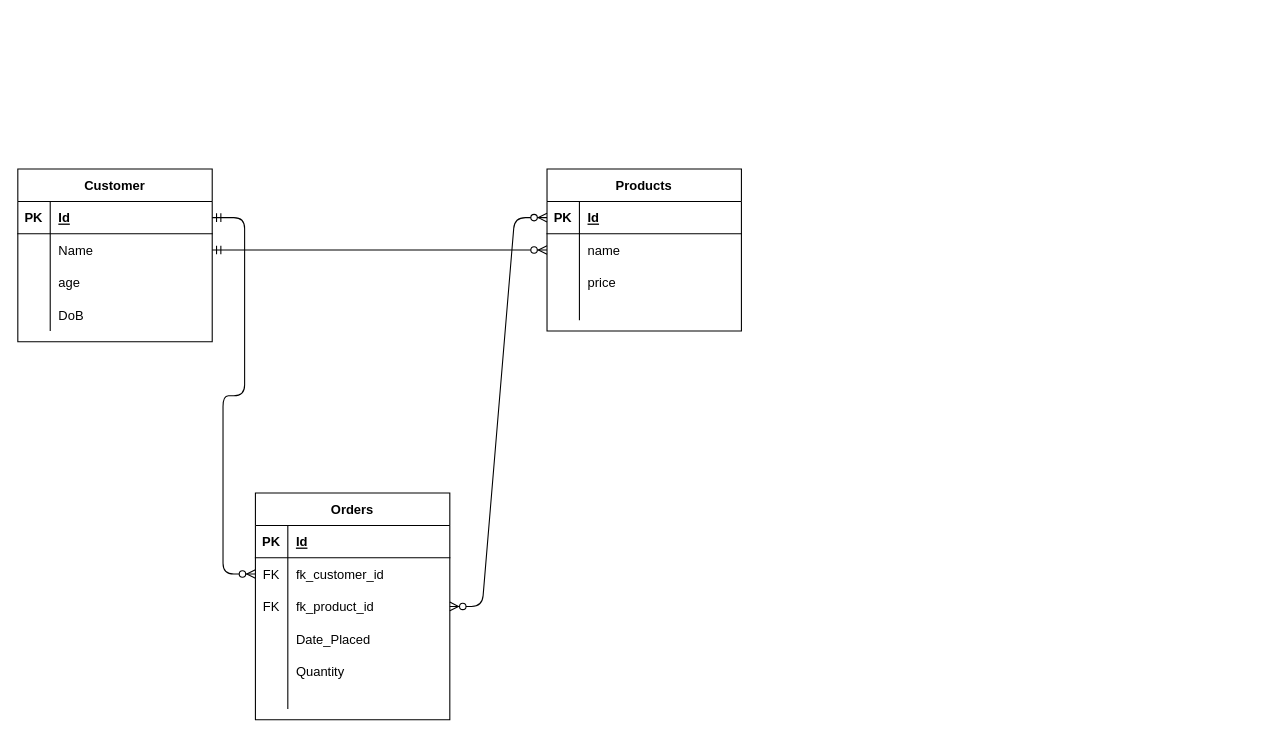
Earlier version of the draw.io diagram ERD/ERD-example.drawio (Don-Uherka/MySQL_Task). Source tidied: cells renumbered, new cells numbered last; positions are measured from the earlier drawing's top-left corner, leaving out a move shared by most shapes. Both pictures are drawn from the tidied source at 108%, with x=0, y=0 at pixel (17, 168).
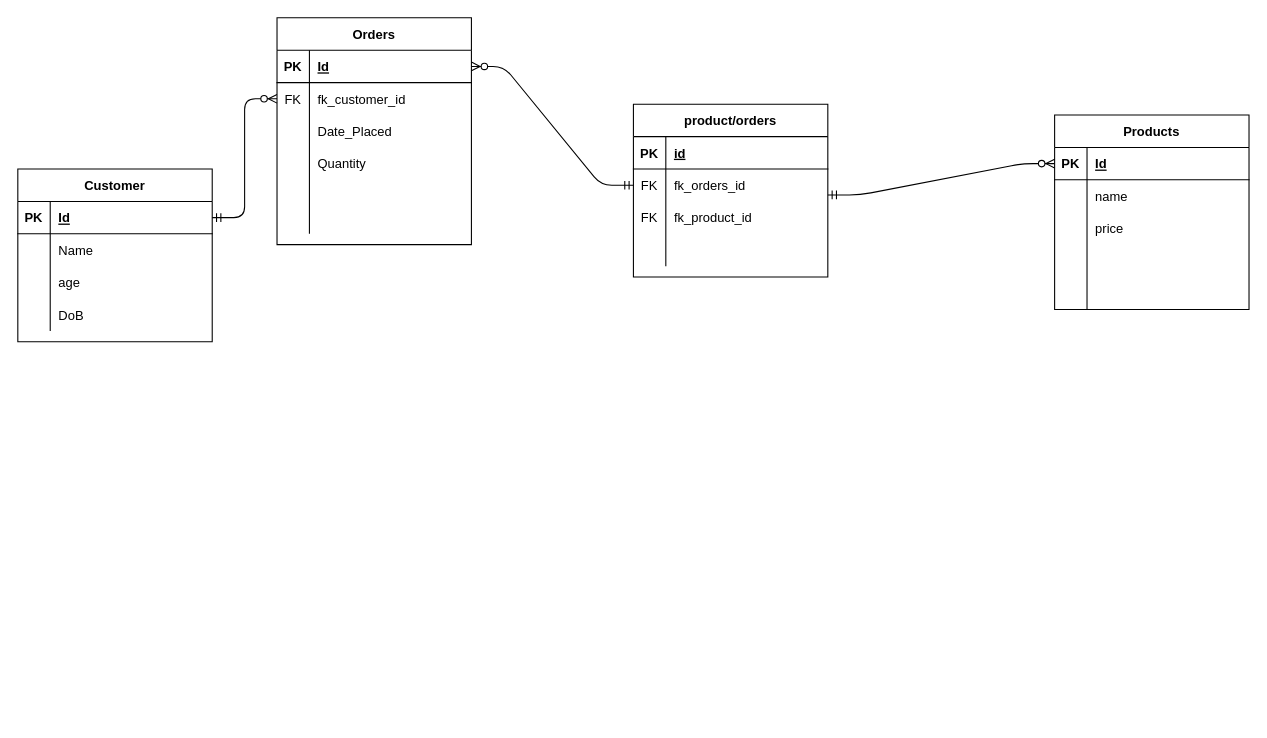
After the change.

Commit message (it also covers changes not shown here):
I added Where statements and a join statement to the SQL file

The change refers to these unchanged cells:
```xml
<mxCell id="6" style="shape=partialRectangle;fillColor=none;top=0;left=0;bottom=0;right=0;points=[[0,0.5],[1,0.5]];portConstraint=eastwest;" parent="2" vertex="1">
  <mxGeometry y="60" width="180" height="30" as="geometry" />
</mxCell>
<mxCell id="16" style="shape=partialRectangle;fillColor=none;top=0;left=0;bottom=1;right=0;points=[[0,0.5],[1,0.5]];portConstraint=eastwest;" parent="15" vertex="1">
  <mxGeometry y="30" width="180" height="30" as="geometry" />
</mxCell>
<mxCell id="19" style="shape=partialRectangle;fillColor=none;top=0;left=0;bottom=0;right=0;points=[[0,0.5],[1,0.5]];portConstraint=eastwest;" parent="15" vertex="1">
  <mxGeometry y="60" width="180" height="30" as="geometry" />
</mxCell>
<mxCell id="29" style="shape=partialRectangle;fillColor=none;top=0;left=0;bottom=1;right=0;points=[[0,0.5],[1,0.5]];portConstraint=eastwest;" parent="28" vertex="1">
  <mxGeometry y="30" width="180" height="30" as="geometry" />
</mxCell>
```

What changed in the source:
```diff
@@
     <mxCell id="15" value="Products" style="shape=table;startSize=30;childLayout=tableLayout;rowLines=0;fontStyle=1;align=center;" parent="1" vertex="1">
-      <mxGeometry x="490" width="180" height="150" as="geometry" />
+      <mxGeometry x="960" y="-50" width="180" height="180" as="geometry" />
     </mxCell>
@@
     <mxCell id="25" style="shape=partialRectangle;fillColor=none;top=0;left=0;bottom=0;right=0;" parent="15" vertex="1">
-      <mxGeometry y="120" width="180" height="20" as="geometry" />
+      <mxGeometry y="120" width="180" height="60" as="geometry" />
     </mxCell>
     <mxCell id="26" style="shape=partialRectangle;fillColor=none;top=0;left=0;bottom=0;right=0;overflow=hidden;" parent="25" vertex="1">
-      <mxGeometry width="30" height="20" as="geometry" />
+      <mxGeometry width="30" height="60" as="geometry" />
     </mxCell>
     <mxCell id="27" style="shape=partialRectangle;fillColor=none;top=0;left=0;bottom=0;right=0;align=left;spacingLeft=6;overflow=hidden;" parent="25" vertex="1">
-      <mxGeometry x="30" width="150" height="20" as="geometry" />
+      <mxGeometry x="30" width="150" height="60" as="geometry" />
     </mxCell>
     <mxCell id="28" value="Orders" style="shape=table;startSize=30;childLayout=tableLayout;rowLines=0;fontStyle=1;align=center;" parent="1" vertex="1">
-      <mxGeometry x="220" y="300" width="180" height="210" as="geometry" />
+      <mxGeometry x="240" y="-140" width="180" height="210" as="geometry" />
     </mxCell>
@@
-    <mxCell id="35" style="shape=partialRectangle;fillColor=none;top=0;left=0;bottom=0;right=0;points=[[0,0.5],[1,0.5]];portConstraint=eastwest;" parent="28" vertex="1">
-      <mxGeometry y="90" width="180" height="30" as="geometry" />
-    </mxCell>
-    <mxCell id="36" value="FK" style="shape=partialRectangle;fillColor=none;top=0;left=0;bottom=0;right=0;overflow=hidden;" parent="35" vertex="1">
-      <mxGeometry width="30" height="30" as="geometry" />
-    </mxCell>
-    <mxCell id="37" value="fk_product_id" style="shape=partialRectangle;fillColor=none;top=0;left=0;bottom=0;right=0;align=left;spacingLeft=6;overflow=hidden;" parent="35" vertex="1">
-      <mxGeometry x="30" width="150" height="30" as="geometry" />
-    </mxCell>
     <mxCell id="38" style="shape=partialRectangle;fillColor=none;top=0;left=0;bottom=0;right=0;" parent="28" vertex="1">
-      <mxGeometry y="120" width="180" height="30" as="geometry" />
+      <mxGeometry y="90" width="180" height="30" as="geometry" />
     </mxCell>
@@
     <mxCell id="41" style="shape=partialRectangle;fillColor=none;top=0;left=0;bottom=0;right=0;" parent="28" vertex="1">
-      <mxGeometry y="150" width="180" height="30" as="geometry" />
+      <mxGeometry y="120" width="180" height="30" as="geometry" />
     </mxCell>
@@
     <mxCell id="44" style="shape=partialRectangle;fillColor=none;top=0;left=0;bottom=0;right=0;" parent="28" vertex="1">
-      <mxGeometry y="180" width="180" height="20" as="geometry" />
+      <mxGeometry y="150" width="180" height="20" as="geometry" />
     </mxCell>
@@
+    <mxCell id="35" style="shape=partialRectangle;fillColor=none;top=0;left=0;bottom=0;right=0;points=[[0,0.5],[1,0.5]];portConstraint=eastwest;" parent="28" vertex="1">
+      <mxGeometry y="170" width="180" height="30" as="geometry" />
+    </mxCell>
+    <mxCell id="36" style="shape=partialRectangle;fillColor=none;top=0;left=0;bottom=0;right=0;overflow=hidden;" parent="35" vertex="1">
+      <mxGeometry width="30" height="30" as="geometry" />
+    </mxCell>
+    <mxCell id="37" style="shape=partialRectangle;fillColor=none;top=0;left=0;bottom=0;right=0;align=left;spacingLeft=6;overflow=hidden;" parent="35" vertex="1">
+      <mxGeometry x="30" width="150" height="30" as="geometry" />
+    </mxCell>
@@
-    <mxCell id="48" style="edgeStyle=entityRelationEdgeStyle;fontSize=12;html=1;endArrow=ERzeroToMany;endFill=1;startArrow=ERzeroToMany;entryX=0;entryY=0.5;entryDx=0;entryDy=0;exitX=1;exitY=0.5;exitDx=0;exitDy=0;" parent="1" edge="1" source="35" target="16">
-      <mxGeometry relative="1" as="geometry" />
-    </mxCell>
-    <mxCell id="49" style="edgeStyle=entityRelationEdgeStyle;fontSize=12;html=1;endArrow=ERzeroToMany;startArrow=ERmandOne;exitX=1;exitY=0.5;exitDx=0;exitDy=0;entryX=0;entryY=0.5;entryDx=0;entryDy=0;" parent="1" edge="1" source="6" target="19">
-      <mxGeometry relative="1" as="geometry" />
-    </mxCell>
+    <mxCell id="50" value="product/orders" style="shape=table;startSize=30;childLayout=tableLayout;rowLines=0;fontStyle=1;align=center;" parent="1" vertex="1">
+      <mxGeometry x="570" y="-60" width="180" height="160" as="geometry" />
+    </mxCell>
+    <mxCell id="51" style="shape=partialRectangle;fillColor=none;top=0;left=0;bottom=1;right=0;" parent="50" vertex="1">
+      <mxGeometry y="30" width="180" height="30" as="geometry" />
+    </mxCell>
+    <mxCell id="52" value="PK" style="shape=partialRectangle;fillColor=none;top=0;left=0;bottom=0;right=0;fontStyle=1;overflow=hidden;" parent="51" vertex="1">
+      <mxGeometry width="30" height="30" as="geometry" />
+    </mxCell>
+    <mxCell id="53" value="id" style="shape=partialRectangle;fillColor=none;top=0;left=0;bottom=0;right=0;align=left;spacingLeft=6;fontStyle=5;overflow=hidden;" parent="51" vertex="1">
+      <mxGeometry x="30" width="150" height="30" as="geometry" />
+    </mxCell>
+    <mxCell id="54" style="shape=partialRectangle;fillColor=none;top=0;left=0;bottom=0;right=0;points=[[0,0.5],[1,0.5]];portConstraint=eastwest;" parent="50" vertex="1">
+      <mxGeometry y="60" width="180" height="30" as="geometry" />
+    </mxCell>
+    <mxCell id="55" value="FK" style="shape=partialRectangle;fillColor=none;top=0;left=0;bottom=0;right=0;overflow=hidden;" parent="54" vertex="1">
+      <mxGeometry width="30" height="30" as="geometry" />
+    </mxCell>
+    <mxCell id="56" value="fk_orders_id" style="shape=partialRectangle;fillColor=none;top=0;left=0;bottom=0;right=0;align=left;spacingLeft=6;overflow=hidden;" parent="54" vertex="1">
+      <mxGeometry x="30" width="150" height="30" as="geometry" />
+    </mxCell>
+    <mxCell id="57" style="shape=partialRectangle;fillColor=none;top=0;left=0;bottom=0;right=0;" parent="50" vertex="1">
+      <mxGeometry y="90" width="180" height="30" as="geometry" />
+    </mxCell>
+    <mxCell id="58" value="FK" style="shape=partialRectangle;fillColor=none;top=0;left=0;bottom=0;right=0;overflow=hidden;" parent="57" vertex="1">
+      <mxGeometry width="30" height="30" as="geometry" />
+    </mxCell>
+    <mxCell id="59" value="fk_product_id" style="shape=partialRectangle;fillColor=none;top=0;left=0;bottom=0;right=0;align=left;spacingLeft=6;overflow=hidden;" parent="57" vertex="1">
+      <mxGeometry x="30" width="150" height="30" as="geometry" />
+    </mxCell>
+    <mxCell id="60" style="shape=partialRectangle;fillColor=none;top=0;left=0;bottom=0;right=0;" parent="50" vertex="1">
+      <mxGeometry y="120" width="180" height="30" as="geometry" />
+    </mxCell>
+    <mxCell id="61" style="shape=partialRectangle;fillColor=none;top=0;left=0;bottom=0;right=0;overflow=hidden;" parent="60" vertex="1">
+      <mxGeometry width="30" height="30" as="geometry" />
+    </mxCell>
+    <mxCell id="62" style="shape=partialRectangle;fillColor=none;top=0;left=0;bottom=0;right=0;align=left;spacingLeft=6;overflow=hidden;" parent="60" vertex="1">
+      <mxGeometry x="30" width="150" height="30" as="geometry" />
+    </mxCell>
+    <mxCell id="63" style="edgeStyle=entityRelationEdgeStyle;fontSize=12;html=1;endArrow=ERzeroToMany;startArrow=ERmandOne;exitX=1;exitY=0.8;exitDx=0;exitDy=0;exitPerimeter=0;" parent="1" edge="1" source="54" target="16">
+      <mxGeometry relative="1" as="geometry" />
+    </mxCell>
+    <mxCell id="64" style="edgeStyle=entityRelationEdgeStyle;fontSize=12;html=1;endArrow=ERzeroToMany;startArrow=ERmandOne;entryX=1;entryY=0.5;entryDx=0;entryDy=0;exitX=0;exitY=0.5;exitDx=0;exitDy=0;" parent="1" edge="1" source="54" target="29">
+      <mxGeometry relative="1" as="geometry" />
+    </mxCell>
```
